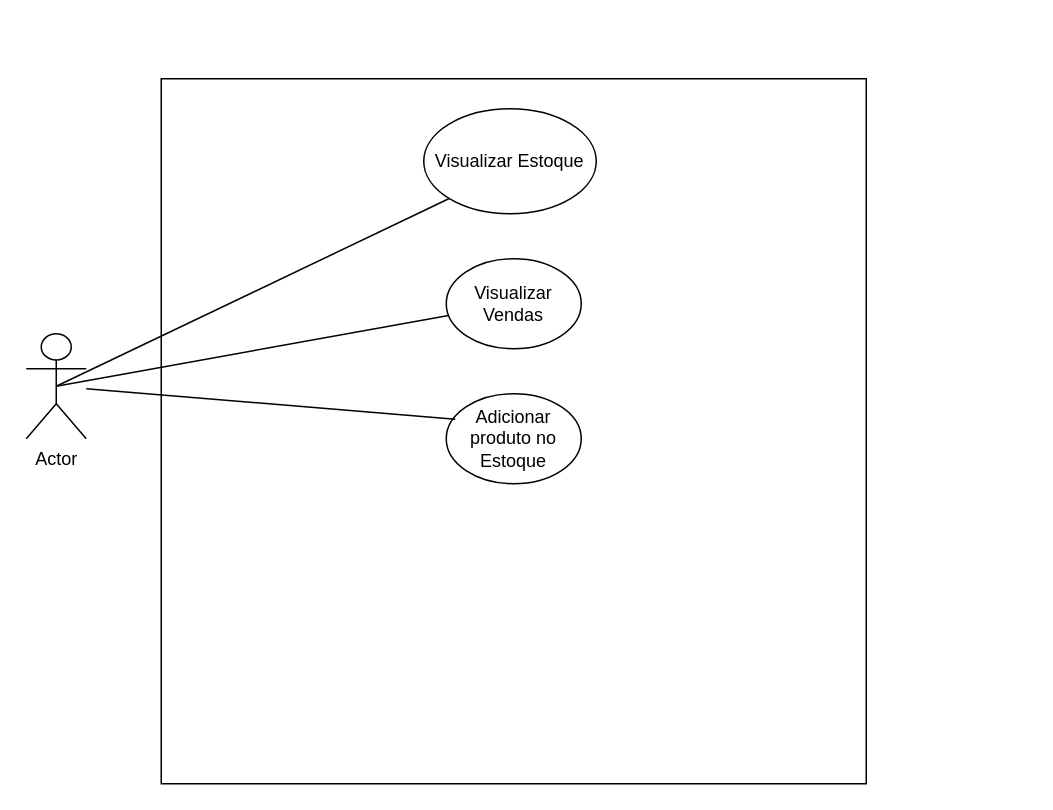
Above: projeto.drawio in Brunoborgescarvalho/Projeto-Sonho (draw.io), before the change. Source tidied: cells renumbered, new cells numbered last; positions are measured from the earlier drawing's top-left corner, leaving out a move shared by most shapes. Both pictures are drawn from the tidied source at 150%, with x=0, y=0 at pixel (26, 78).
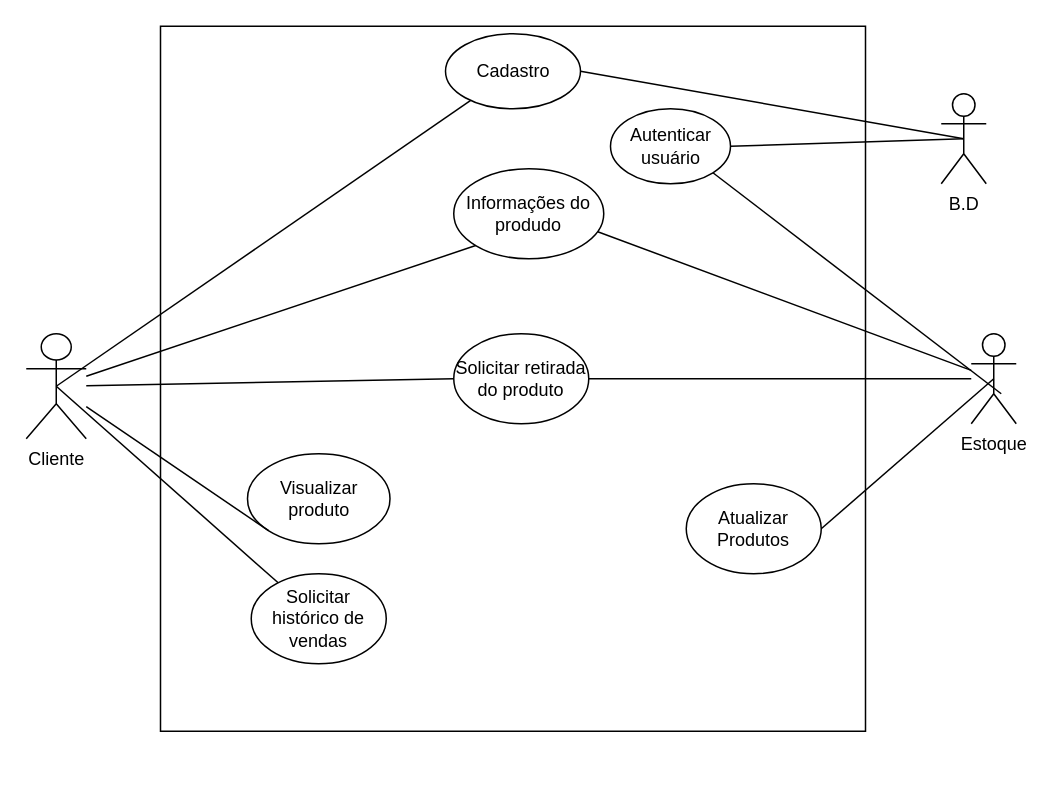
The same page after the edit.

Change to the diagram source:
```diff
@@
-    <mxCell id="2" value="Actor" style="shape=umlActor;verticalLabelPosition=bottom;verticalAlign=top;html=1;outlineConnect=0;" parent="1" vertex="1">
+    <mxCell id="2" value="Cliente" style="shape=umlActor;verticalLabelPosition=bottom;verticalAlign=top;html=1;outlineConnect=0;" parent="1" vertex="1">
       <mxGeometry y="170" width="40" height="70" as="geometry" />
     </mxCell>
     <mxCell id="3" style="whiteSpace=wrap;html=1;" parent="1" vertex="1">
-      <mxGeometry x="90" width="470" height="470" as="geometry" />
+      <mxGeometry x="89.5" y="-35" width="470" height="470" as="geometry" />
     </mxCell>
-    <mxCell id="4" value="Visualizar Estoque" style="ellipse;whiteSpace=wrap;html=1;" parent="1" vertex="1">
-      <mxGeometry x="265" y="20" width="115" height="70" as="geometry" />
-    </mxCell>
-    <mxCell id="5" style="endArrow=none;html=1;rounded=0;exitX=0.5;exitY=0.5;exitDx=0;exitDy=0;exitPerimeter=0;entryX=0;entryY=1;entryDx=0;entryDy=0;" parent="1" edge="1" source="2" target="4">
-      <mxGeometry relative="1" as="geometry" />
-    </mxCell>
-    <mxCell id="6" value="Visualizar Vendas" style="ellipse;whiteSpace=wrap;html=1;" parent="1" vertex="1">
-      <mxGeometry x="280" y="120" width="90" height="60" as="geometry" />
-    </mxCell>
-    <mxCell id="7" style="endArrow=none;html=1;rounded=0;exitX=0.5;exitY=0.5;exitDx=0;exitDy=0;exitPerimeter=0;" parent="1" edge="1" source="2" target="6">
-      <mxGeometry relative="1" as="geometry" />
-    </mxCell>
-    <mxCell id="8" value="Adicionar produto no Estoque" style="ellipse;whiteSpace=wrap;html=1;" parent="1" vertex="1">
-      <mxGeometry x="280" y="210" width="90" height="60" as="geometry" />
-    </mxCell>
-    <mxCell id="9" style="endArrow=none;html=1;rounded=0;entryX=0.067;entryY=0.283;entryDx=0;entryDy=0;entryPerimeter=0;" parent="1" edge="1" source="2" target="8">
-      <mxGeometry relative="1" as="geometry" />
-    </mxCell>
+    <mxCell id="10" style="endArrow=none;html=1;rounded=0;exitX=0.5;exitY=0.5;exitDx=0;exitDy=0;exitPerimeter=0;" parent="1" edge="1" source="2" target="11">
+      <mxGeometry relative="1" as="geometry" />
+    </mxCell>
+    <mxCell id="11" value="Solicitar histórico de vendas" style="ellipse;whiteSpace=wrap;html=1;" parent="1" vertex="1">
+      <mxGeometry x="150" y="330" width="90" height="60" as="geometry" />
+    </mxCell>
+    <mxCell id="12" value="Estoque&lt;br&gt;" style="shape=umlActor;verticalLabelPosition=bottom;verticalAlign=top;html=1;outlineConnect=0;" parent="1" vertex="1">
+      <mxGeometry x="630" y="170" width="30" height="60" as="geometry" />
+    </mxCell>
+    <mxCell id="13" value="Visualizar produto" style="ellipse;whiteSpace=wrap;html=1;" parent="1" vertex="1">
+      <mxGeometry x="147.5" y="250" width="95" height="60" as="geometry" />
+    </mxCell>
+    <mxCell id="14" style="endArrow=none;html=1;rounded=0;exitX=0;exitY=1;exitDx=0;exitDy=0;" parent="1" edge="1" source="13" target="2">
+      <mxGeometry relative="1" as="geometry" />
+    </mxCell>
+    <mxCell id="15" value="Informações do produdo" style="ellipse;whiteSpace=wrap;html=1;" parent="1" vertex="1">
+      <mxGeometry x="285" y="60" width="100" height="60" as="geometry" />
+    </mxCell>
+    <mxCell id="16" style="endArrow=none;html=1;rounded=0;entryX=0.96;entryY=0.7;entryDx=0;entryDy=0;entryPerimeter=0;" parent="1" edge="1" source="12" target="15">
+      <mxGeometry relative="1" as="geometry" />
+    </mxCell>
+    <mxCell id="17" style="endArrow=none;html=1;rounded=0;entryX=0;entryY=1;entryDx=0;entryDy=0;" parent="1" edge="1" source="2" target="15">
+      <mxGeometry relative="1" as="geometry" />
+    </mxCell>
+    <mxCell id="18" value="Solicitar retirada do produto" style="ellipse;whiteSpace=wrap;html=1;" parent="1" vertex="1">
+      <mxGeometry x="285" y="170" width="90" height="60" as="geometry" />
+    </mxCell>
+    <mxCell id="19" style="endArrow=none;html=1;rounded=0;entryX=0;entryY=0.5;entryDx=0;entryDy=0;" parent="1" edge="1" source="2" target="18">
+      <mxGeometry relative="1" as="geometry" />
+    </mxCell>
+    <mxCell id="20" style="endArrow=none;html=1;rounded=0;exitX=1;exitY=0.5;exitDx=0;exitDy=0;" parent="1" edge="1" source="18" target="12">
+      <mxGeometry relative="1" as="geometry" />
+    </mxCell>
+    <mxCell id="21" value="Atualizar Produtos" style="ellipse;whiteSpace=wrap;html=1;" parent="1" vertex="1">
+      <mxGeometry x="440" y="270" width="90" height="60" as="geometry" />
+    </mxCell>
+    <mxCell id="22" style="endArrow=none;html=1;rounded=0;entryX=1;entryY=0.5;entryDx=0;entryDy=0;exitX=0.5;exitY=0.5;exitDx=0;exitDy=0;exitPerimeter=0;" parent="1" edge="1" source="12" target="21">
+      <mxGeometry relative="1" as="geometry" />
+    </mxCell>
+    <mxCell id="23" style="endArrow=none;html=1;rounded=0;exitX=0.5;exitY=0.5;exitDx=0;exitDy=0;exitPerimeter=0;" parent="1" edge="1" source="2" target="24">
+      <mxGeometry relative="1" as="geometry" />
+    </mxCell>
+    <mxCell id="24" value="Cadastro" style="ellipse;whiteSpace=wrap;html=1;" parent="1" vertex="1">
+      <mxGeometry x="279.5" y="-30" width="90" height="50" as="geometry" />
+    </mxCell>
+    <mxCell id="25" value="B.D" style="shape=umlActor;verticalLabelPosition=bottom;verticalAlign=top;html=1;outlineConnect=0;" parent="1" vertex="1">
+      <mxGeometry x="610" y="10" width="30" height="60" as="geometry" />
+    </mxCell>
+    <mxCell id="26" style="endArrow=none;html=1;rounded=0;exitX=1;exitY=0.5;exitDx=0;exitDy=0;entryX=0.5;entryY=0.5;entryDx=0;entryDy=0;entryPerimeter=0;" parent="1" edge="1" source="24" target="25">
+      <mxGeometry relative="1" as="geometry" />
+    </mxCell>
+    <mxCell id="27" value="Autenticar usuário" style="ellipse;whiteSpace=wrap;html=1;" parent="1" vertex="1">
+      <mxGeometry x="389.5" y="20" width="80" height="50" as="geometry" />
+    </mxCell>
+    <mxCell id="28" style="endArrow=none;html=1;rounded=0;exitX=1;exitY=0.5;exitDx=0;exitDy=0;entryX=0.5;entryY=0.5;entryDx=0;entryDy=0;entryPerimeter=0;" parent="1" edge="1" source="27" target="25">
+      <mxGeometry relative="1" as="geometry" />
+    </mxCell>
+    <mxCell id="29" style="endArrow=none;html=1;rounded=0;entryX=1;entryY=1;entryDx=0;entryDy=0;" parent="1" edge="1" target="27">
+      <mxGeometry relative="1" as="geometry">
+        <mxPoint x="650" y="210" as="sourcePoint" />
+      </mxGeometry>
+    </mxCell>
```
